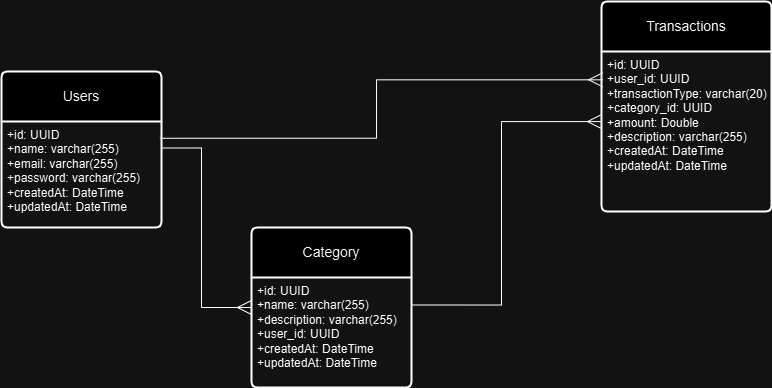
Above: entities.png in Anand-Jangid/expense-tracker-spring-boot (draw.io), before the change. Source tidied: cells renumbered, new cells last; positions are measured from the earlier drawing's top-left corner, leaving out a move shared by most shapes.
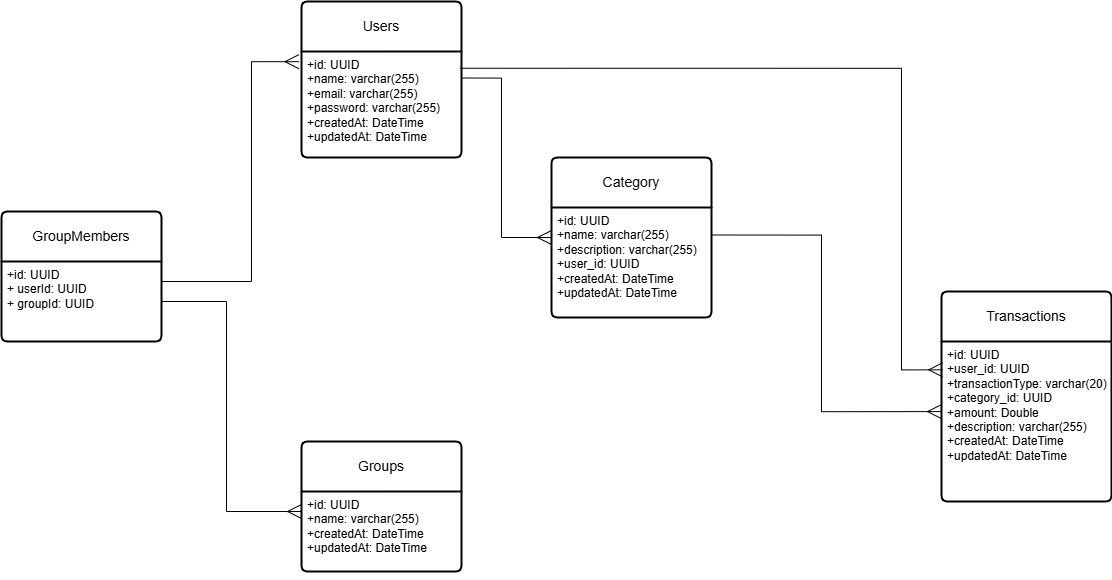
The same diagram one commit later.

The edit, as a diff of the source:
```diff
@@ -9,7 +9,7 @@
       <mxGeometry y="50" width="160" height="106" as="geometry" />
     </mxCell>
     <mxCell id="4" value="Transactions" style="swimlane;horizontal=1;startSize=50;rounded=1;fontSize=14;fontStyle=0;strokeWidth=2;shadow=0;dashed=0;align=center;arcSize=4;whiteSpace=wrap;html=1;" parent="1" vertex="1">
-      <mxGeometry x="600" width="170" height="210" as="geometry" />
+      <mxGeometry x="640" y="360" width="170" height="210" as="geometry" />
     </mxCell>
     <mxCell id="5" value="+id: UUID&lt;div&gt;+user_id: UUID&lt;/div&gt;&lt;div&gt;+transactionType: varchar(20)&lt;br&gt;+category_id: UUID&lt;br&gt;+amount: Double&lt;br&gt;+description: varchar(255)&lt;br&gt;+createdAt: DateTime&lt;br&gt;+updatedAt: DateTime&lt;/div&gt;" style="align=left;strokeColor=none;fillColor=none;spacingLeft=4;fontSize=12;verticalAlign=top;html=1;" parent="4" vertex="1">
       <mxGeometry y="50" width="170" height="160" as="geometry" />
@@ -21,7 +21,12 @@
       <mxGeometry y="50" width="160" height="110" as="geometry" />
     </mxCell>
     <mxCell id="8" style="edgeStyle=orthogonalEdgeStyle;rounded=0;jettySize=auto;html=1;entryX=0.007;entryY=0.177;entryDx=0;entryDy=0;entryPerimeter=0;endArrow=ERmany;endFill=0;strokeWidth=1;exitX=0.99;exitY=0.158;exitDx=0;exitDy=0;exitPerimeter=0;endSize=12;" parent="1" edge="1" source="3" target="5">
-      <mxGeometry relative="1" as="geometry" />
+      <mxGeometry relative="1" as="geometry">
+        <Array as="points">
+          <mxPoint x="600" y="137" />
+          <mxPoint x="600" y="438" />
+        </Array>
+      </mxGeometry>
     </mxCell>
     <mxCell id="9" style="edgeStyle=orthogonalEdgeStyle;rounded=0;jettySize=auto;html=1;exitX=1;exitY=0.25;exitDx=0;exitDy=0;entryX=0;entryY=0.5;entryDx=0;entryDy=0;endArrow=ERmany;endFill=0;endSize=12;" parent="1" edge="1" source="3" target="6">
       <mxGeometry relative="1" as="geometry" />
@@ -29,5 +34,34 @@
     <mxCell id="10" style="edgeStyle=orthogonalEdgeStyle;rounded=0;jettySize=auto;html=1;exitX=1;exitY=0.25;exitDx=0;exitDy=0;entryX=0;entryY=0.438;entryDx=0;entryDy=0;entryPerimeter=0;endArrow=ERmany;endFill=0;startSize=6;endSize=12;" parent="1" edge="1" source="7" target="5">
       <mxGeometry relative="1" as="geometry" />
     </mxCell>
+    <mxCell id="11" value="Groups" style="swimlane;horizontal=1;startSize=50;rounded=1;fontSize=14;fontStyle=0;strokeWidth=2;shadow=0;dashed=0;align=center;arcSize=4;whiteSpace=wrap;html=1;" parent="1" vertex="1">
+      <mxGeometry y="510" width="160" height="130" as="geometry" />
+    </mxCell>
+    <mxCell id="12" value="+id: UUID&lt;div&gt;+name: varchar(255)&lt;/div&gt;&lt;div&gt;+createdAt: DateTime&lt;br&gt;+updatedAt: DateTime&lt;/div&gt;" style="align=left;strokeColor=none;fillColor=none;spacingLeft=4;fontSize=12;verticalAlign=top;html=1;" parent="11" vertex="1">
+      <mxGeometry y="50" width="160" height="80" as="geometry" />
+    </mxCell>
+    <mxCell id="13" style="edgeStyle=orthogonalEdgeStyle;rounded=0;orthogonalLoop=1;jettySize=auto;html=1;exitX=0.5;exitY=1;exitDx=0;exitDy=0;" parent="11" edge="1" source="12" target="12">
+      <mxGeometry relative="1" as="geometry" />
+    </mxCell>
+    <mxCell id="14" value="GroupMembers" style="swimlane;horizontal=1;startSize=50;rounded=1;fontSize=14;fontStyle=0;strokeWidth=2;shadow=0;dashed=0;align=center;arcSize=4;whiteSpace=wrap;html=1;" parent="1" vertex="1">
+      <mxGeometry x="-300" y="280" width="160" height="130" as="geometry" />
+    </mxCell>
+    <mxCell id="15" value="+id: UUID&lt;div&gt;+ userId: UUID&lt;/div&gt;&lt;div&gt;+ groupId: UUID&lt;/div&gt;" style="align=left;strokeColor=none;fillColor=none;spacingLeft=4;fontSize=12;verticalAlign=top;html=1;" parent="14" vertex="1">
+      <mxGeometry y="50" width="160" height="80" as="geometry" />
+    </mxCell>
+    <mxCell id="16" style="edgeStyle=orthogonalEdgeStyle;rounded=0;orthogonalLoop=1;jettySize=auto;html=1;exitX=0.5;exitY=1;exitDx=0;exitDy=0;" parent="14" edge="1" source="15" target="15">
+      <mxGeometry relative="1" as="geometry" />
+    </mxCell>
+    <mxCell id="17" style="edgeStyle=orthogonalEdgeStyle;rounded=0;jettySize=auto;html=1;exitX=1;exitY=0.25;exitDx=0;exitDy=0;entryX=-0.016;entryY=0.096;entryDx=0;entryDy=0;entryPerimeter=0;endArrow=ERmany;endFill=0;endSize=12;" parent="1" edge="1" source="15" target="3">
+      <mxGeometry relative="1" as="geometry">
+        <Array as="points">
+          <mxPoint x="-50" y="350" />
+          <mxPoint x="-50" y="130" />
+        </Array>
+      </mxGeometry>
+    </mxCell>
+    <mxCell id="18" style="edgeStyle=orthogonalEdgeStyle;rounded=0;jettySize=auto;html=1;exitX=1;exitY=0.5;exitDx=0;exitDy=0;entryX=0;entryY=0.25;entryDx=0;entryDy=0;endArrow=ERmany;endFill=0;endSize=12;" parent="1" edge="1" source="15" target="12">
+      <mxGeometry relative="1" as="geometry" />
+    </mxCell>
   </root>
 </mxGraphModel>
```
